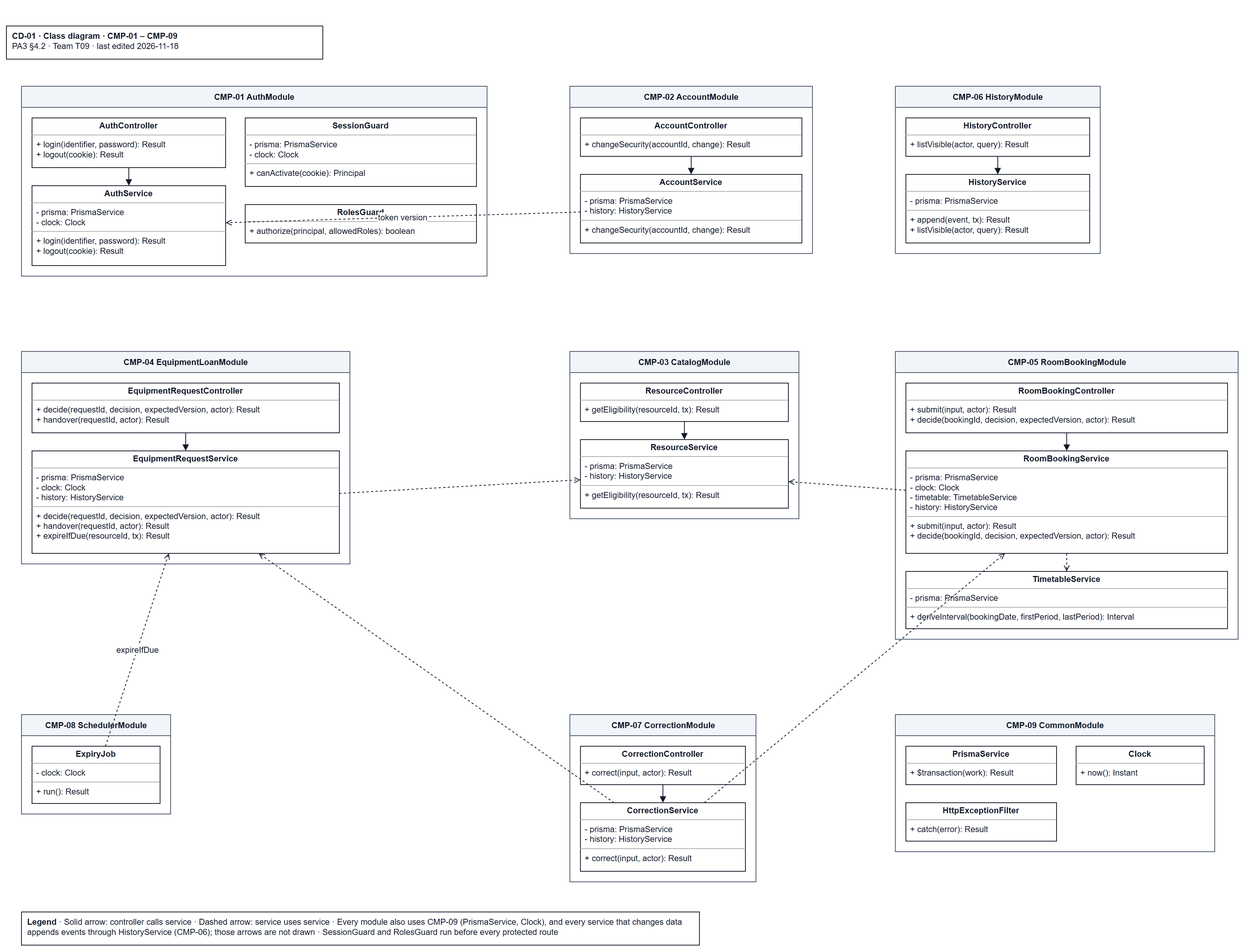
JuliaTrang/T09-CampusBorrow keeps this draw.io diagram as docs/design/diagrams/CD-01_component-classes.drawio.png. Above is the earlier version. Source tidied: cells renumbered, new cells last; positions are measured from the earlier drawing's top-left corner, leaving out a move shared by most shapes.
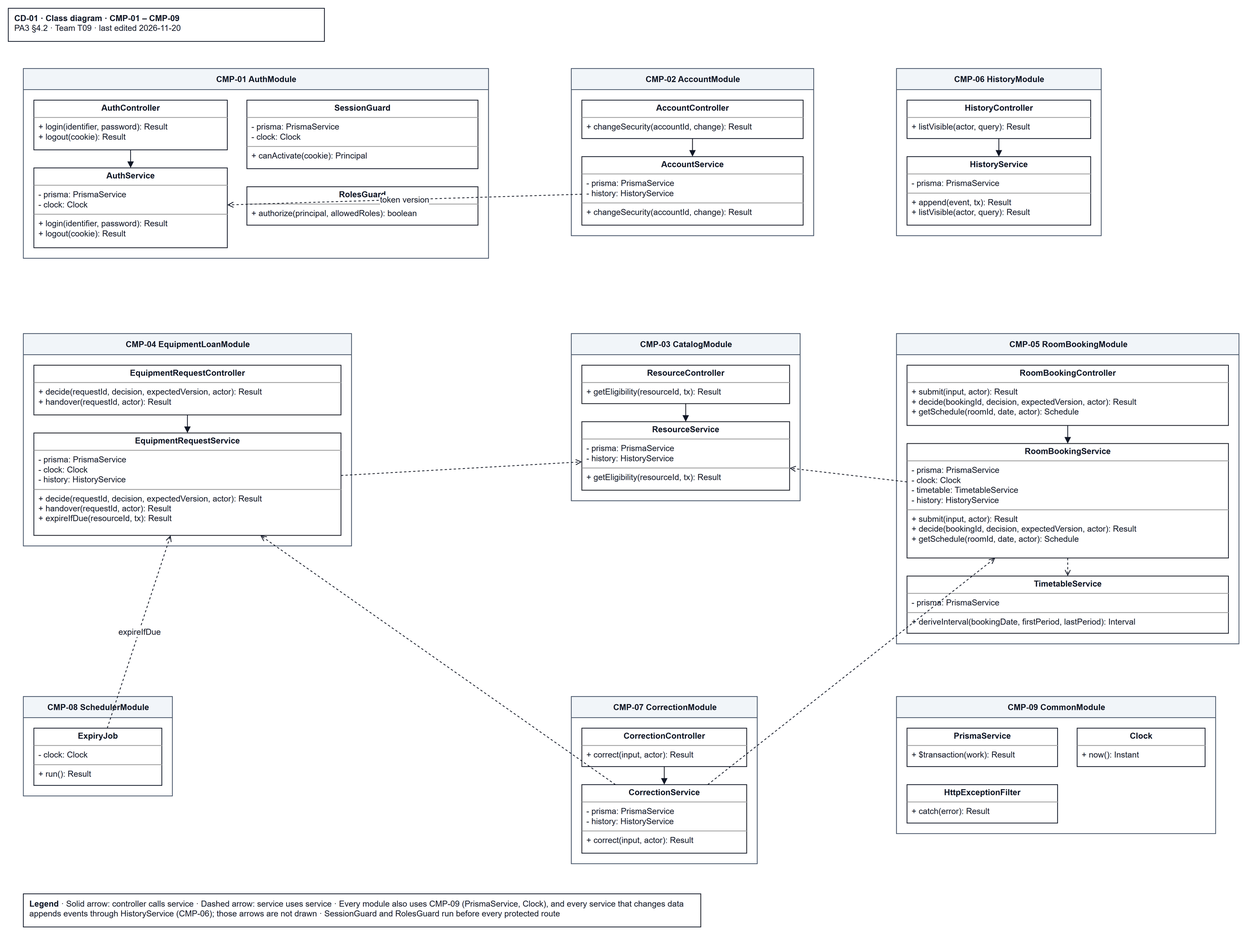
After the change.

Commit message:
docs(pa3): add RoomBookingService.getSchedule for FR-05-06 to CD-01, 4.2 and 4.3

Diff of the diagram source:
```diff
@@ -2,7 +2,7 @@
   <root>
     <mxCell id="0" />
     <mxCell id="1" parent="0" />
-    <mxCell id="2" value="&lt;b&gt;CD-01 · Class diagram · CMP-01 – CMP-09&lt;/b&gt;&lt;br&gt;PA3 §4.2 · Team T09 · last edited 2026-11-18" style="rounded=0;whiteSpace=wrap;html=1;align=left;verticalAlign=top;spacingLeft=6;strokeColor=#111827;fillColor=#ffffff;fontFamily=Arial;fontSize=11;fontColor=#111827;" parent="1" vertex="1">
+    <mxCell id="2" value="&lt;b&gt;CD-01 · Class diagram · CMP-01 – CMP-09&lt;/b&gt;&lt;br&gt;PA3 §4.2 · Team T09 · last edited 2026-11-20" style="rounded=0;whiteSpace=wrap;html=1;align=left;verticalAlign=top;spacingLeft=6;strokeColor=#111827;fillColor=#ffffff;fontFamily=Arial;fontSize=11;fontColor=#111827;" parent="1" vertex="1">
       <mxGeometry width="420" height="44" as="geometry" />
     </mxCell>
     <mxCell id="3" value="CMP-01 AuthModule" style="swimlane;startSize=28;html=1;horizontal=1;fillColor=#f1f5f9;strokeColor=#475569;fontStyle=1;rounded=0;fontFamily=Arial;fontSize=11;fontColor=#111827;" parent="1" vertex="1">
@@ -57,16 +57,16 @@
       <mxGeometry x="14" y="117" width="276" height="91" as="geometry" />
     </mxCell>
     <mxCell id="20" value="CMP-05 RoomBookingModule" style="swimlane;startSize=28;html=1;horizontal=1;fillColor=#f1f5f9;strokeColor=#475569;fontStyle=1;rounded=0;fontFamily=Arial;fontSize=11;fontColor=#111827;" parent="1" vertex="1">
-      <mxGeometry x="1180" y="432" width="455" height="382" as="geometry" />
+      <mxGeometry x="1180" y="432" width="455" height="412" as="geometry" />
     </mxCell>
-    <mxCell id="21" value="&lt;p style=&quot;margin:0px;margin-top:4px;text-align:center;&quot;&gt;&lt;b&gt;RoomBookingController&lt;/b&gt;&lt;/p&gt;&lt;hr size=&quot;1&quot;/&gt;&lt;p style=&quot;margin:0px;margin-left:6px;&quot;&gt;+ submit(input, actor): Result&lt;br&gt;+ decide(bookingId, decision, expectedVersion, actor): Result&lt;/p&gt;" style="verticalAlign=top;align=left;overflow=fill;html=1;whiteSpace=wrap;rounded=0;strokeColor=#111827;fillColor=#ffffff;fontFamily=Arial;fontSize=11;fontColor=#111827;" parent="20" vertex="1">
-      <mxGeometry x="14" y="42" width="427" height="66" as="geometry" />
+    <mxCell id="21" value="&lt;p style=&quot;margin:0px;margin-top:4px;text-align:center;&quot;&gt;&lt;b&gt;RoomBookingController&lt;/b&gt;&lt;/p&gt;&lt;hr size=&quot;1&quot;/&gt;&lt;p style=&quot;margin:0px;margin-left:6px;&quot;&gt;+ submit(input, actor): Result&lt;br&gt;+ decide(bookingId, decision, expectedVersion, actor): Result&lt;br&gt;+ getSchedule(roomId, date, actor): Schedule&lt;/p&gt;" style="verticalAlign=top;align=left;overflow=fill;html=1;whiteSpace=wrap;rounded=0;strokeColor=#111827;fillColor=#ffffff;fontFamily=Arial;fontSize=11;fontColor=#111827;" parent="20" vertex="1">
+      <mxGeometry x="14" y="42" width="427" height="80" as="geometry" />
     </mxCell>
-    <mxCell id="22" value="&lt;p style=&quot;margin:0px;margin-top:4px;text-align:center;&quot;&gt;&lt;b&gt;RoomBookingService&lt;/b&gt;&lt;/p&gt;&lt;hr size=&quot;1&quot;/&gt;&lt;p style=&quot;margin:0px;margin-left:6px;&quot;&gt;- prisma: PrismaService&lt;br&gt;- clock: Clock&lt;br&gt;- timetable: TimetableService&lt;br&gt;- history: HistoryService&lt;/p&gt;&lt;hr size=&quot;1&quot;/&gt;&lt;p style=&quot;margin:0px;margin-left:6px;&quot;&gt;+ submit(input, actor): Result&lt;br&gt;+ decide(bookingId, decision, expectedVersion, actor): Result&lt;/p&gt;" style="verticalAlign=top;align=left;overflow=fill;html=1;whiteSpace=wrap;rounded=0;strokeColor=#111827;fillColor=#ffffff;fontFamily=Arial;fontSize=11;fontColor=#111827;" parent="20" vertex="1">
-      <mxGeometry x="14" y="132" width="427" height="136" as="geometry" />
+    <mxCell id="22" value="&lt;p style=&quot;margin:0px;margin-top:4px;text-align:center;&quot;&gt;&lt;b&gt;RoomBookingService&lt;/b&gt;&lt;/p&gt;&lt;hr size=&quot;1&quot;/&gt;&lt;p style=&quot;margin:0px;margin-left:6px;&quot;&gt;- prisma: PrismaService&lt;br&gt;- clock: Clock&lt;br&gt;- timetable: TimetableService&lt;br&gt;- history: HistoryService&lt;/p&gt;&lt;hr size=&quot;1&quot;/&gt;&lt;p style=&quot;margin:0px;margin-left:6px;&quot;&gt;+ submit(input, actor): Result&lt;br&gt;+ decide(bookingId, decision, expectedVersion, actor): Result&lt;br&gt;+ getSchedule(roomId, date, actor): Schedule&lt;/p&gt;" style="verticalAlign=top;align=left;overflow=fill;html=1;whiteSpace=wrap;rounded=0;strokeColor=#111827;fillColor=#ffffff;fontFamily=Arial;fontSize=11;fontColor=#111827;" parent="20" vertex="1">
+      <mxGeometry x="14" y="146" width="427" height="152" as="geometry" />
     </mxCell>
     <mxCell id="23" value="&lt;p style=&quot;margin:0px;margin-top:4px;text-align:center;&quot;&gt;&lt;b&gt;TimetableService&lt;/b&gt;&lt;/p&gt;&lt;hr size=&quot;1&quot;/&gt;&lt;p style=&quot;margin:0px;margin-left:6px;&quot;&gt;- prisma: PrismaService&lt;/p&gt;&lt;hr size=&quot;1&quot;/&gt;&lt;p style=&quot;margin:0px;margin-left:6px;&quot;&gt;+ deriveInterval(bookingDate, firstPeriod, lastPeriod): Interval&lt;/p&gt;" style="verticalAlign=top;align=left;overflow=fill;html=1;whiteSpace=wrap;rounded=0;strokeColor=#111827;fillColor=#ffffff;fontFamily=Arial;fontSize=11;fontColor=#111827;" parent="20" vertex="1">
-      <mxGeometry x="14" y="292" width="427" height="76" as="geometry" />
+      <mxGeometry x="14" y="322" width="427" height="76" as="geometry" />
     </mxCell>
     <mxCell id="24" value="CMP-08 SchedulerModule" style="swimlane;startSize=28;html=1;horizontal=1;fillColor=#f1f5f9;strokeColor=#475569;fontStyle=1;rounded=0;fontFamily=Arial;fontSize=11;fontColor=#111827;" parent="1" vertex="1">
       <mxGeometry x="20" y="914" width="198" height="132" as="geometry" />
```
